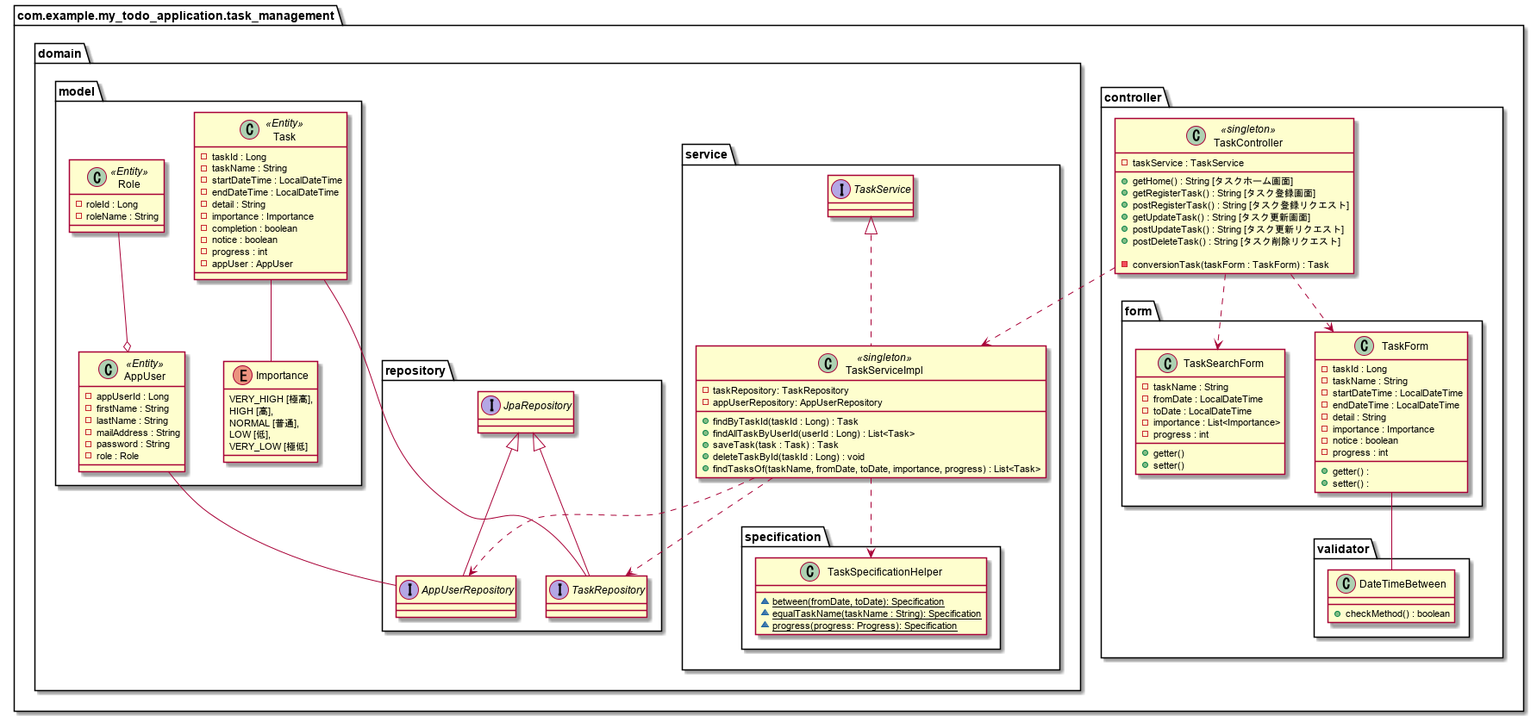
This is plantuml/task_relation_class.png from yasusi-1234/my_todo_application, a PlantUML export, as it was before one commit.
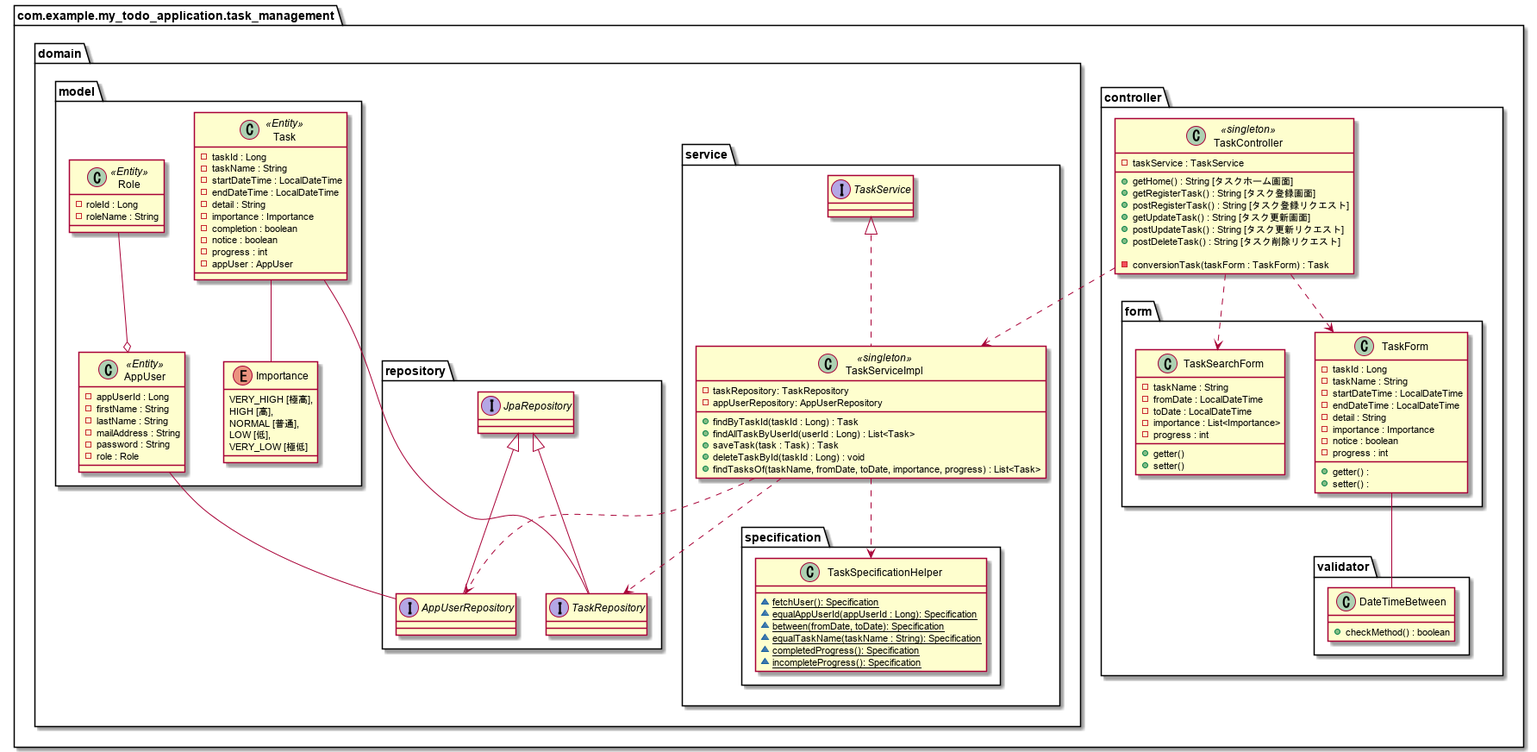
The same file after the commit.

Commit message:
TaskSpecificationHelperクラスのメソッドの修正

formパッケージの部分にEnumのProgressを追加

TaskSearchFormのProgressをintからEnumのProgressに変更

Change to the diagram source:
```diff
@@ -67,9 +67,12 @@
 
             package specification{
                 class TaskSpecificationHelper{
+                    ~ {static} fetchUser(): Specification
+                    ~ {static} equalAppUserId(appUserId : Long): Specification
                     ~ {static} between(fromDate, toDate): Specification
                     ~ {static} equalTaskName(taskName : String): Specification
-                    ~ {static} progress(progress: Progress): Specification
+                    ~ {static} completedProgress(): Specification
+                    ~ {static} incompleteProgress(): Specification
                 }
             }
         }
```
